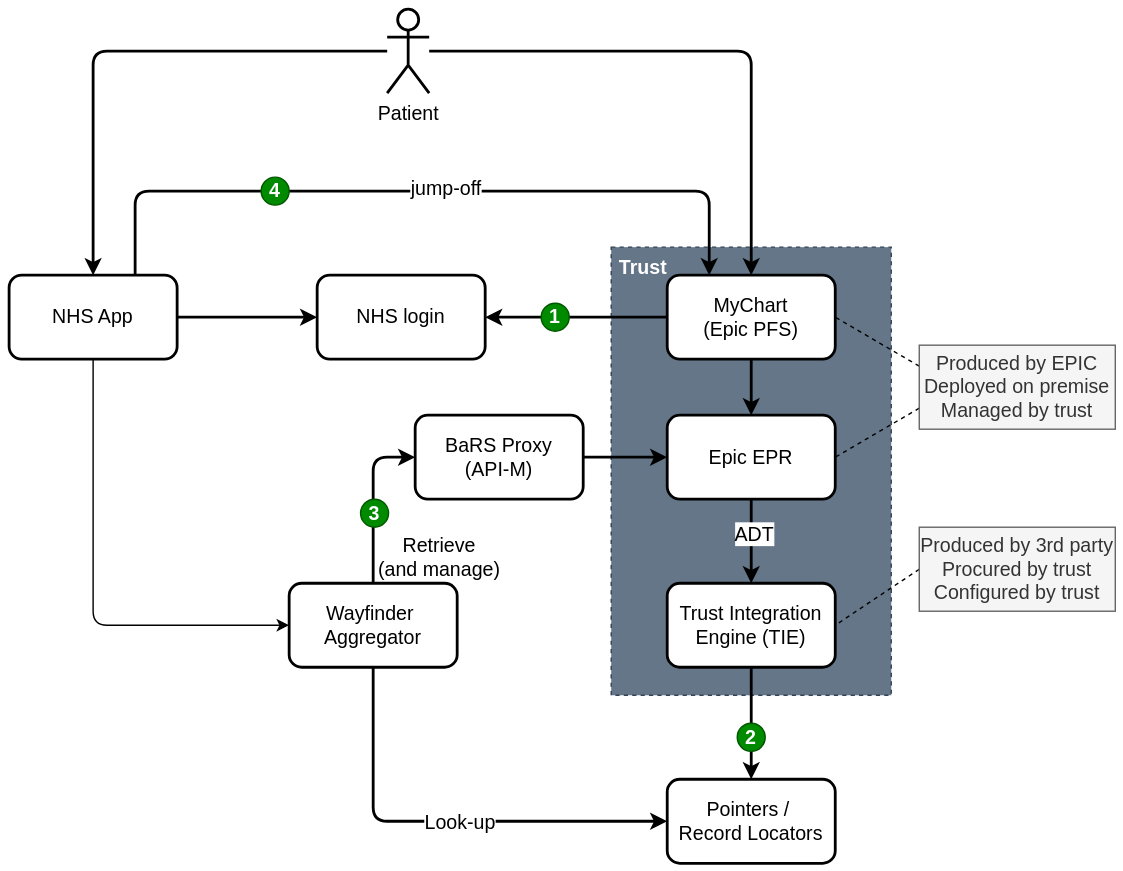
Earlier version of the draw.io export pages/images/Figure2.svg (NHSDigital/nhse-epr-integration). Source tidied: cells renumbered, new cells last; positions are measured from the earlier drawing's top-left corner, leaving out a move shared by most shapes. The source it was exported from:
```xml
<mxGraphModel>
  <root>
    <mxCell id="0" />
    <mxCell id="1" parent="0" />
    <mxCell id="2" value="&amp;nbsp;Trust" style="rounded=0;whiteSpace=wrap;html=1;dashed=1;align=left;verticalAlign=top;fontStyle=1;fillColor=#647687;strokeColor=#314354;fontSize=14;fontColor=#ffffff;" parent="1" vertex="1">
      <mxGeometry x="430" y="170" width="200" height="320" as="geometry" />
    </mxCell>
    <mxCell id="3" style="edgeStyle=orthogonalEdgeStyle;rounded=0;jettySize=auto;html=1;entryX=0.5;entryY=0;entryDx=0;entryDy=0;strokeWidth=2;fontSize=14;" parent="1" edge="1" source="5" target="7">
      <mxGeometry relative="1" as="geometry" />
    </mxCell>
    <mxCell id="4" value="ADT" style="edgeLabel;html=1;align=center;verticalAlign=middle;fontSize=14;" parent="3" vertex="1">
      <mxGeometry x="-0.2" y="1" relative="1" as="geometry" />
    </mxCell>
    <mxCell id="5" value="Epic EPR" style="rounded=1;whiteSpace=wrap;html=1;strokeWidth=2;fontSize=14;" parent="1" vertex="1">
      <mxGeometry x="470" y="290" width="120" height="60" as="geometry" />
    </mxCell>
    <mxCell id="6" style="edgeStyle=orthogonalEdgeStyle;rounded=0;jettySize=auto;html=1;strokeWidth=2;fontSize=14;" parent="1" edge="1" source="7" target="13">
      <mxGeometry relative="1" as="geometry" />
    </mxCell>
    <mxCell id="7" value="Trust Integration Engine (TIE)" style="rounded=1;whiteSpace=wrap;html=1;strokeWidth=2;fontSize=14;" parent="1" vertex="1">
      <mxGeometry x="470" y="410" width="120" height="60" as="geometry" />
    </mxCell>
    <mxCell id="8" style="rounded=0;jettySize=auto;html=1;entryX=1;entryY=0.5;entryDx=0;entryDy=0;endArrow=none;endFill=0;exitX=0;exitY=0.75;exitDx=0;exitDy=0;dashed=1;fontSize=14;" parent="1" edge="1" source="10" target="5">
      <mxGeometry relative="1" as="geometry" />
    </mxCell>
    <mxCell id="9" style="rounded=0;jettySize=auto;html=1;entryX=1;entryY=0.5;entryDx=0;entryDy=0;endArrow=none;endFill=0;exitX=0;exitY=0.25;exitDx=0;exitDy=0;dashed=1;fontSize=14;" parent="1" edge="1" source="10" target="30">
      <mxGeometry relative="1" as="geometry" />
    </mxCell>
    <mxCell id="10" value="Produced by EPIC&lt;div&gt;Deployed on premise&lt;/div&gt;&lt;div&gt;Managed by trust&lt;/div&gt;" style="rounded=0;whiteSpace=wrap;html=1;fillColor=#f5f5f5;fontColor=#333333;strokeColor=#666666;fontSize=14;" parent="1" vertex="1">
      <mxGeometry x="650" y="240" width="140" height="60" as="geometry" />
    </mxCell>
    <mxCell id="11" style="rounded=0;jettySize=auto;html=1;entryX=1;entryY=0.5;entryDx=0;entryDy=0;endArrow=none;endFill=0;exitX=0;exitY=0.5;exitDx=0;exitDy=0;dashed=1;fontSize=14;" parent="1" edge="1" source="12" target="7">
      <mxGeometry relative="1" as="geometry" />
    </mxCell>
    <mxCell id="12" value="Produced by 3rd party&lt;div&gt;Procured by trust&lt;br&gt;&lt;div&gt;Configured by trust&lt;/div&gt;&lt;/div&gt;" style="rounded=0;whiteSpace=wrap;html=1;fillColor=#f5f5f5;fontColor=#333333;strokeColor=#666666;fontSize=14;" parent="1" vertex="1">
      <mxGeometry x="650" y="370" width="140" height="60" as="geometry" />
    </mxCell>
    <mxCell id="13" value="Pointers /&amp;nbsp;&lt;div&gt;Record Locators&lt;/div&gt;" style="rounded=1;whiteSpace=wrap;html=1;strokeWidth=2;fontSize=14;" parent="1" vertex="1">
      <mxGeometry x="470" y="550" width="120" height="60" as="geometry" />
    </mxCell>
    <mxCell id="14" style="edgeStyle=orthogonalEdgeStyle;rounded=1;jettySize=auto;html=1;entryX=0;entryY=0.5;entryDx=0;entryDy=0;exitX=0.5;exitY=1;exitDx=0;exitDy=0;curved=0;strokeWidth=2;fontSize=14;" parent="1" edge="1" source="18" target="13">
      <mxGeometry relative="1" as="geometry" />
    </mxCell>
    <mxCell id="15" value="Look-up" style="edgeLabel;html=1;align=center;verticalAlign=middle;fontSize=14;" parent="14" vertex="1">
      <mxGeometry x="0.07" relative="1" as="geometry" />
    </mxCell>
    <mxCell id="16" style="edgeStyle=orthogonalEdgeStyle;rounded=1;jettySize=auto;html=1;entryX=0;entryY=0.5;entryDx=0;entryDy=0;exitX=0.5;exitY=0;exitDx=0;exitDy=0;curved=0;strokeWidth=2;fontSize=14;" parent="1" edge="1" source="18" target="36">
      <mxGeometry relative="1" as="geometry" />
    </mxCell>
    <mxCell id="17" value="Retrieve&lt;div&gt;(and manage)&lt;/div&gt;" style="edgeLabel;html=1;align=center;verticalAlign=middle;labelBackgroundColor=none;fontSize=14;" parent="16" vertex="1">
      <mxGeometry x="-0.11" relative="1" as="geometry">
        <mxPoint x="46" y="34" as="offset" />
      </mxGeometry>
    </mxCell>
    <mxCell id="18" value="Wayfinder&amp;nbsp;&lt;div&gt;Aggregator&lt;/div&gt;" style="rounded=1;whiteSpace=wrap;html=1;strokeWidth=2;fontSize=14;" parent="1" vertex="1">
      <mxGeometry x="200" y="410" width="120" height="60" as="geometry" />
    </mxCell>
    <mxCell id="19" style="edgeStyle=orthogonalEdgeStyle;rounded=0;jettySize=auto;html=1;entryX=0;entryY=0.5;entryDx=0;entryDy=0;strokeWidth=2;fontSize=14;" parent="1" edge="1" source="23" target="24">
      <mxGeometry relative="1" as="geometry" />
    </mxCell>
    <mxCell id="20" style="edgeStyle=orthogonalEdgeStyle;rounded=1;jettySize=auto;html=1;entryX=0;entryY=0.5;entryDx=0;entryDy=0;exitX=0.5;exitY=1;exitDx=0;exitDy=0;curved=0;fontSize=14;" parent="1" edge="1" source="23" target="18">
      <mxGeometry relative="1" as="geometry" />
    </mxCell>
    <mxCell id="21" style="edgeStyle=orthogonalEdgeStyle;rounded=1;jettySize=auto;html=1;exitX=0.75;exitY=0;exitDx=0;exitDy=0;entryX=0.25;entryY=0;entryDx=0;entryDy=0;curved=0;strokeWidth=2;fontSize=14;" parent="1" edge="1" source="23" target="30">
      <mxGeometry relative="1" as="geometry">
        <Array as="points">
          <mxPoint x="90" y="130" />
          <mxPoint x="500" y="130" />
        </Array>
      </mxGeometry>
    </mxCell>
    <mxCell id="22" value="jump-off" style="edgeLabel;html=1;align=center;verticalAlign=middle;fontSize=14;" parent="21" vertex="1">
      <mxGeometry x="0.06" y="3" relative="1" as="geometry" />
    </mxCell>
    <mxCell id="23" value="NHS App" style="rounded=1;whiteSpace=wrap;html=1;strokeWidth=2;fontSize=14;" parent="1" vertex="1">
      <mxGeometry y="190" width="120" height="60" as="geometry" />
    </mxCell>
    <mxCell id="24" value="NHS login" style="rounded=1;whiteSpace=wrap;html=1;strokeWidth=2;fontSize=14;" parent="1" vertex="1">
      <mxGeometry x="220" y="190" width="120" height="60" as="geometry" />
    </mxCell>
    <mxCell id="25" style="edgeStyle=orthogonalEdgeStyle;rounded=1;jettySize=auto;html=1;curved=0;strokeWidth=2;fontSize=14;" parent="1" edge="1" source="27" target="23">
      <mxGeometry relative="1" as="geometry" />
    </mxCell>
    <mxCell id="26" style="edgeStyle=orthogonalEdgeStyle;rounded=1;jettySize=auto;html=1;curved=0;strokeWidth=2;fontSize=14;" parent="1" edge="1" source="27" target="30">
      <mxGeometry relative="1" as="geometry" />
    </mxCell>
    <mxCell id="27" value="Patient" style="shape=umlActor;verticalLabelPosition=bottom;verticalAlign=top;html=1;outlineConnect=0;fontSize=14;strokeWidth=2;" parent="1" vertex="1">
      <mxGeometry x="270" width="30" height="60" as="geometry" />
    </mxCell>
    <mxCell id="28" style="edgeStyle=orthogonalEdgeStyle;rounded=0;jettySize=auto;html=1;strokeWidth=2;fontSize=14;" parent="1" edge="1" source="30" target="5">
      <mxGeometry relative="1" as="geometry" />
    </mxCell>
    <mxCell id="29" style="edgeStyle=orthogonalEdgeStyle;rounded=0;jettySize=auto;html=1;entryX=1;entryY=0.5;entryDx=0;entryDy=0;strokeWidth=2;fontSize=14;" parent="1" edge="1" source="30" target="24">
      <mxGeometry relative="1" as="geometry" />
    </mxCell>
    <mxCell id="30" value="MyChart&lt;div&gt;(Epic PFS)&lt;/div&gt;" style="rounded=1;whiteSpace=wrap;html=1;strokeWidth=2;fontSize=14;" parent="1" vertex="1">
      <mxGeometry x="470" y="190" width="120" height="60" as="geometry" />
    </mxCell>
    <mxCell id="31" value="1" style="ellipse;whiteSpace=wrap;html=1;fillColor=#008a00;strokeColor=#005700;fontSize=14;fontColor=#ffffff;fontStyle=1;" parent="1" vertex="1">
      <mxGeometry x="380" y="210" width="20" height="20" as="geometry" />
    </mxCell>
    <mxCell id="32" value="2" style="ellipse;whiteSpace=wrap;html=1;fillColor=#008a00;strokeColor=#005700;fontSize=14;fontColor=#ffffff;fontStyle=1;" parent="1" vertex="1">
      <mxGeometry x="520" y="510" width="20" height="20" as="geometry" />
    </mxCell>
    <mxCell id="33" value="3" style="ellipse;whiteSpace=wrap;html=1;fillColor=#008a00;strokeColor=#005700;fontSize=14;fontColor=#ffffff;fontStyle=1;" parent="1" vertex="1">
      <mxGeometry x="251" y="350" width="20" height="20" as="geometry" />
    </mxCell>
    <mxCell id="34" value="4" style="ellipse;whiteSpace=wrap;html=1;fillColor=#008a00;strokeColor=#005700;fontSize=14;fontColor=#ffffff;fontStyle=1;" parent="1" vertex="1">
      <mxGeometry x="180" y="120" width="20" height="20" as="geometry" />
    </mxCell>
    <mxCell id="35" style="edgeStyle=orthogonalEdgeStyle;rounded=0;jettySize=auto;html=1;entryX=0;entryY=0.5;entryDx=0;entryDy=0;strokeWidth=2;fontSize=14;" parent="1" edge="1" source="36" target="5">
      <mxGeometry relative="1" as="geometry" />
    </mxCell>
    <mxCell id="36" value="BaRS Proxy&lt;div&gt;(API-M)&lt;/div&gt;" style="rounded=1;whiteSpace=wrap;html=1;strokeWidth=2;fontSize=14;" parent="1" vertex="1">
      <mxGeometry x="290" y="290" width="120" height="60" as="geometry" />
    </mxCell>
  </root>
</mxGraphModel>
```
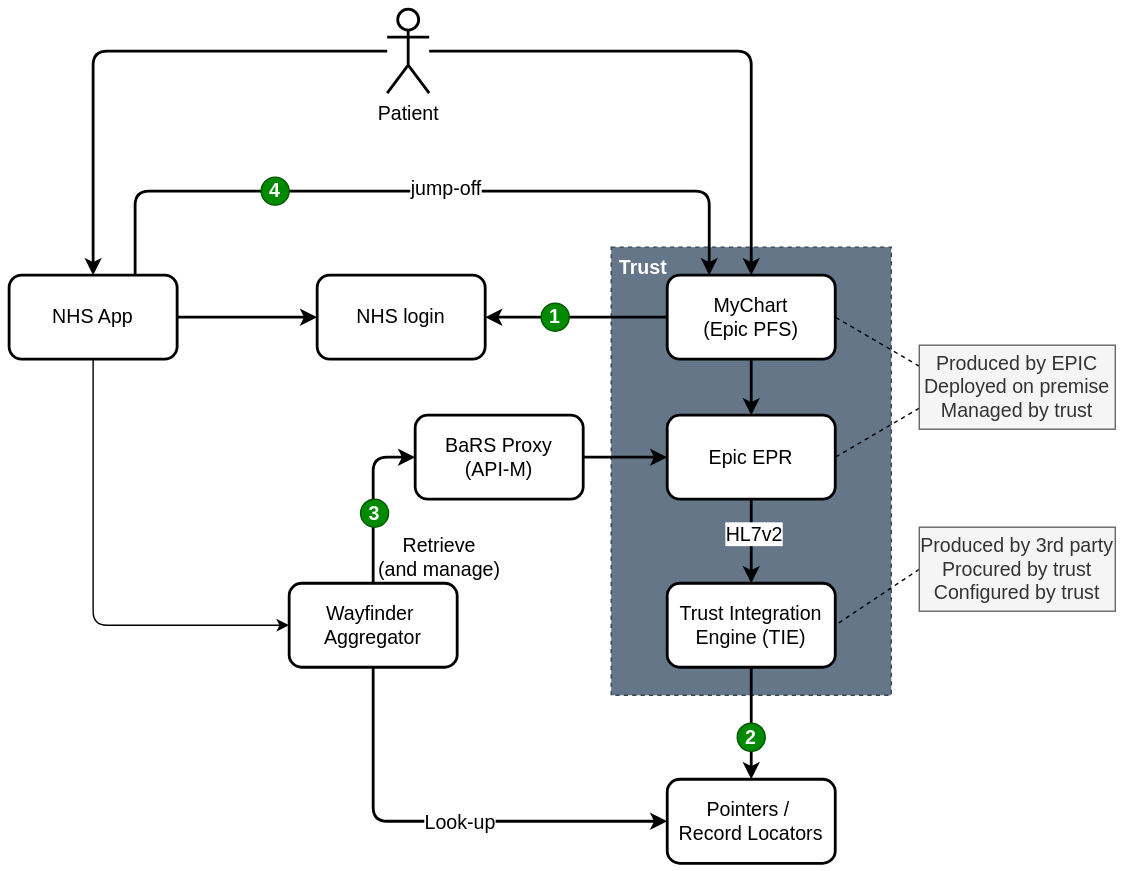
Above is the later version.

Commit message:
Updated 'other' ADT label to HL7v2

The edit, as a diff of the source:
```diff
@@ -8,9 +8,9 @@
     <mxCell id="3" style="edgeStyle=orthogonalEdgeStyle;rounded=0;jettySize=auto;html=1;entryX=0.5;entryY=0;entryDx=0;entryDy=0;strokeWidth=2;fontSize=14;" parent="1" edge="1" source="5" target="7">
       <mxGeometry relative="1" as="geometry" />
     </mxCell>
-    <mxCell id="4" value="ADT" style="edgeLabel;html=1;align=center;verticalAlign=middle;fontSize=14;" parent="3" vertex="1">
-      <mxGeometry x="-0.2" y="1" relative="1" as="geometry" />
-    </mxCell>
+    <mxCell id="37" value="HL7v2" style="edgeLabel;html=1;align=center;verticalAlign=middle;fontSize=14;" parent="3" vertex="1">
+      <mxGeometry x="-0.2" y="1" relative="1" as="geometry" />
+    </mxCell>
     <mxCell id="5" value="Epic EPR" style="rounded=1;whiteSpace=wrap;html=1;strokeWidth=2;fontSize=14;" parent="1" vertex="1">
       <mxGeometry x="470" y="290" width="120" height="60" as="geometry" />
     </mxCell>
```
